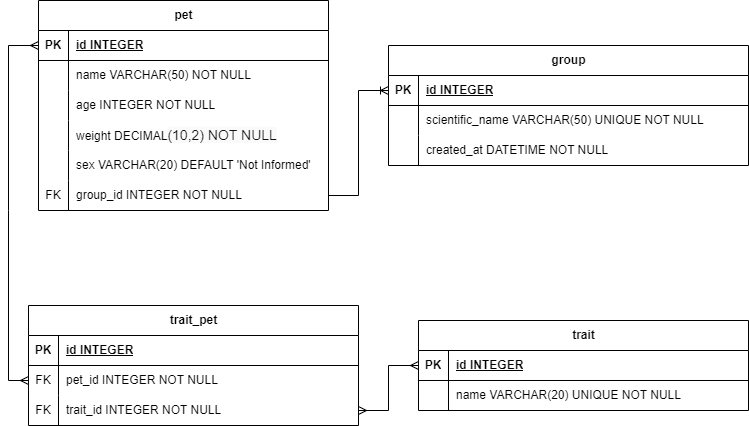
Above: DER.png in vitor-galdino/petcare-api (draw.io), before the change. Source tidied: cells renumbered, new cells last; positions are measured from the earlier drawing's top-left corner, leaving out a move shared by most shapes. Source of this version:
```xml
<mxGraphModel background="#FFFFFF">
  <root>
    <mxCell id="0" />
    <mxCell id="1" parent="0" />
    <mxCell id="2" value="pet" style="shape=table;startSize=30;rowLines=0;fontStyle=1;align=center;html=1;" parent="1" vertex="1">
      <mxGeometry x="30" width="290" height="210" as="geometry" />
    </mxCell>
    <mxCell id="3" style="shape=tableRow;horizontal=0;startSize=0;swimlaneHead=0;swimlaneBody=0;fillColor=none;points=[[0,0.5],[1,0.5]];portConstraint=eastwest;top=0;left=0;right=0;bottom=1;" parent="2" vertex="1">
      <mxGeometry y="30" width="290" height="30" as="geometry" />
    </mxCell>
    <mxCell id="4" value="PK" style="shape=partialRectangle;fillColor=none;top=0;left=0;bottom=0;right=0;fontStyle=1;overflow=hidden;whiteSpace=wrap;html=1;" parent="3" vertex="1">
      <mxGeometry width="30" height="30" as="geometry" />
    </mxCell>
    <mxCell id="5" value="id INTEGER" style="shape=partialRectangle;fillColor=none;top=0;left=0;bottom=0;right=0;align=left;spacingLeft=6;fontStyle=5;overflow=hidden;whiteSpace=wrap;html=1;" parent="3" vertex="1">
      <mxGeometry x="30" width="260" height="30" as="geometry" />
    </mxCell>
    <mxCell id="6" style="shape=tableRow;horizontal=0;startSize=0;swimlaneHead=0;swimlaneBody=0;fillColor=none;top=0;left=0;right=0;bottom=0;" parent="2" vertex="1">
      <mxGeometry y="60" width="290" height="30" as="geometry" />
    </mxCell>
    <mxCell id="7" style="shape=partialRectangle;fillColor=none;top=0;left=0;bottom=0;right=0;overflow=hidden;whiteSpace=wrap;html=1;" parent="6" vertex="1">
      <mxGeometry width="30" height="30" as="geometry" />
    </mxCell>
    <mxCell id="8" value="name VARCHAR(50) NOT NULL" style="shape=partialRectangle;fillColor=none;top=0;left=0;bottom=0;right=0;align=left;spacingLeft=6;overflow=hidden;whiteSpace=wrap;html=1;" parent="6" vertex="1">
      <mxGeometry x="30" width="260" height="30" as="geometry" />
    </mxCell>
    <mxCell id="9" style="shape=tableRow;horizontal=0;startSize=0;swimlaneHead=0;swimlaneBody=0;fillColor=none;top=0;left=0;right=0;bottom=0;" parent="2" vertex="1">
      <mxGeometry y="90" width="290" height="30" as="geometry" />
    </mxCell>
    <mxCell id="10" style="shape=partialRectangle;fillColor=none;top=0;left=0;bottom=0;right=0;overflow=hidden;whiteSpace=wrap;html=1;" parent="9" vertex="1">
      <mxGeometry width="30" height="30" as="geometry" />
    </mxCell>
    <mxCell id="11" value="age INTEGER NOT NULL" style="shape=partialRectangle;fillColor=none;top=0;left=0;bottom=0;right=0;align=left;spacingLeft=6;overflow=hidden;whiteSpace=wrap;html=1;" parent="9" vertex="1">
      <mxGeometry x="30" width="260" height="30" as="geometry" />
    </mxCell>
    <mxCell id="12" style="shape=tableRow;horizontal=0;startSize=0;swimlaneHead=0;swimlaneBody=0;fillColor=none;top=0;left=0;right=0;bottom=0;" parent="2" vertex="1">
      <mxGeometry y="120" width="290" height="30" as="geometry" />
    </mxCell>
    <mxCell id="13" style="shape=partialRectangle;fillColor=none;top=0;left=0;bottom=0;right=0;overflow=hidden;whiteSpace=wrap;html=1;" parent="12" vertex="1">
      <mxGeometry width="30" height="30" as="geometry" />
    </mxCell>
    <mxCell id="14" value="weight&amp;nbsp;DECIMAL&lt;span style=&quot;font-size: 14px; background-color: rgba(0, 0, 0, 0.02); color: rgb(17, 17, 17);&quot;&gt;(&lt;/span&gt;&lt;span style=&quot;font-size: 14px; background-color: rgba(0, 0, 0, 0.02); color: rgb(17, 17, 17); font-variation-settings: var(--cib-type-subtitle1-font-variation-settings);&quot; class=&quot;hljs-number&quot;&gt;10&lt;/span&gt;&lt;span style=&quot;font-size: 14px; background-color: rgba(0, 0, 0, 0.02); color: rgb(17, 17, 17);&quot;&gt;,&lt;/span&gt;&lt;span style=&quot;font-size: 14px; background-color: rgba(0, 0, 0, 0.02); color: rgb(17, 17, 17); font-variation-settings: var(--cib-type-subtitle1-font-variation-settings);&quot; class=&quot;hljs-number&quot;&gt;2&lt;/span&gt;&lt;span style=&quot;font-size: 14px; background-color: rgba(0, 0, 0, 0.02); color: rgb(17, 17, 17);&quot;&gt;) NOT NULL&lt;/span&gt;" style="shape=partialRectangle;fillColor=none;top=0;left=0;bottom=0;right=0;align=left;spacingLeft=6;overflow=hidden;whiteSpace=wrap;html=1;" parent="12" vertex="1">
      <mxGeometry x="30" width="260" height="30" as="geometry" />
    </mxCell>
    <mxCell id="15" style="shape=tableRow;horizontal=0;startSize=0;swimlaneHead=0;swimlaneBody=0;fillColor=none;top=0;left=0;right=0;bottom=0;" parent="2" vertex="1">
      <mxGeometry y="150" width="290" height="30" as="geometry" />
    </mxCell>
    <mxCell id="16" style="shape=partialRectangle;fillColor=none;top=0;left=0;bottom=0;right=0;overflow=hidden;whiteSpace=wrap;html=1;" parent="15" vertex="1">
      <mxGeometry width="30" height="30" as="geometry" />
    </mxCell>
    <mxCell id="17" value="sex VARCHAR(20) DEFAULT 'Not Informed'" style="shape=partialRectangle;fillColor=none;top=0;left=0;bottom=0;right=0;align=left;spacingLeft=6;overflow=hidden;whiteSpace=wrap;html=1;" parent="15" vertex="1">
      <mxGeometry x="30" width="260" height="30" as="geometry" />
    </mxCell>
    <mxCell id="18" style="shape=tableRow;horizontal=0;startSize=0;swimlaneHead=0;swimlaneBody=0;fillColor=none;points=[[0,0.5],[1,0.5]];portConstraint=eastwest;top=0;left=0;right=0;bottom=0;" parent="2" vertex="1">
      <mxGeometry y="180" width="290" height="30" as="geometry" />
    </mxCell>
    <mxCell id="19" value="FK" style="shape=partialRectangle;fillColor=none;top=0;left=0;bottom=0;right=0;overflow=hidden;whiteSpace=wrap;html=1;" parent="18" vertex="1">
      <mxGeometry width="30" height="30" as="geometry" />
    </mxCell>
    <mxCell id="20" value="group_id INTEGER NOT NULL" style="shape=partialRectangle;fillColor=none;top=0;left=0;bottom=0;right=0;align=left;spacingLeft=6;overflow=hidden;whiteSpace=wrap;html=1;" parent="18" vertex="1">
      <mxGeometry x="30" width="260" height="30" as="geometry" />
    </mxCell>
    <mxCell id="21" value="group" style="shape=table;startSize=30;rowLines=0;fontStyle=1;align=center;html=1;" parent="1" vertex="1">
      <mxGeometry x="380" y="45" width="360" height="120" as="geometry" />
    </mxCell>
    <mxCell id="22" style="shape=tableRow;horizontal=0;startSize=0;swimlaneHead=0;swimlaneBody=0;fillColor=none;points=[[0,0.5],[1,0.5]];portConstraint=eastwest;top=0;left=0;right=0;bottom=1;" parent="21" vertex="1">
      <mxGeometry y="30" width="360" height="30" as="geometry" />
    </mxCell>
    <mxCell id="23" value="PK" style="shape=partialRectangle;fillColor=none;top=0;left=0;bottom=0;right=0;fontStyle=1;overflow=hidden;whiteSpace=wrap;html=1;" parent="22" vertex="1">
      <mxGeometry width="30" height="30" as="geometry" />
    </mxCell>
    <mxCell id="24" value="id INTEGER" style="shape=partialRectangle;fillColor=none;top=0;left=0;bottom=0;right=0;align=left;spacingLeft=6;fontStyle=5;overflow=hidden;whiteSpace=wrap;html=1;" parent="22" vertex="1">
      <mxGeometry x="30" width="330" height="30" as="geometry" />
    </mxCell>
    <mxCell id="25" style="shape=tableRow;horizontal=0;startSize=0;swimlaneHead=0;swimlaneBody=0;fillColor=none;top=0;left=0;right=0;bottom=0;" parent="21" vertex="1">
      <mxGeometry y="60" width="360" height="30" as="geometry" />
    </mxCell>
    <mxCell id="26" style="shape=partialRectangle;fillColor=none;top=0;left=0;bottom=0;right=0;overflow=hidden;whiteSpace=wrap;html=1;" parent="25" vertex="1">
      <mxGeometry width="30" height="30" as="geometry" />
    </mxCell>
    <mxCell id="27" value="scientific_name VARCHAR(50) UNIQUE NOT NULL" style="shape=partialRectangle;fillColor=none;top=0;left=0;bottom=0;right=0;align=left;spacingLeft=6;overflow=hidden;whiteSpace=wrap;html=1;" parent="25" vertex="1">
      <mxGeometry x="30" width="330" height="30" as="geometry" />
    </mxCell>
    <mxCell id="28" style="shape=tableRow;horizontal=0;startSize=0;swimlaneHead=0;swimlaneBody=0;fillColor=none;top=0;left=0;right=0;bottom=0;" parent="21" vertex="1">
      <mxGeometry y="90" width="360" height="30" as="geometry" />
    </mxCell>
    <mxCell id="29" style="shape=partialRectangle;fillColor=none;top=0;left=0;bottom=0;right=0;overflow=hidden;whiteSpace=wrap;html=1;" parent="28" vertex="1">
      <mxGeometry width="30" height="30" as="geometry" />
    </mxCell>
    <mxCell id="30" value="created_at DATETIME NOT NULL" style="shape=partialRectangle;fillColor=none;top=0;left=0;bottom=0;right=0;align=left;spacingLeft=6;overflow=hidden;whiteSpace=wrap;html=1;" parent="28" vertex="1">
      <mxGeometry x="30" width="330" height="30" as="geometry" />
    </mxCell>
    <mxCell id="31" value="trait" style="shape=table;startSize=30;rowLines=0;fontStyle=1;align=center;html=1;" parent="1" vertex="1">
      <mxGeometry x="410" y="320" width="330" height="90" as="geometry" />
    </mxCell>
    <mxCell id="32" style="shape=tableRow;horizontal=0;startSize=0;swimlaneHead=0;swimlaneBody=0;fillColor=none;points=[[0,0.5],[1,0.5]];portConstraint=eastwest;top=0;left=0;right=0;bottom=1;" parent="31" vertex="1">
      <mxGeometry y="30" width="330" height="30" as="geometry" />
    </mxCell>
    <mxCell id="33" value="PK" style="shape=partialRectangle;fillColor=none;top=0;left=0;bottom=0;right=0;fontStyle=1;overflow=hidden;whiteSpace=wrap;html=1;" parent="32" vertex="1">
      <mxGeometry width="30" height="30" as="geometry" />
    </mxCell>
    <mxCell id="34" value="id INTEGER" style="shape=partialRectangle;fillColor=none;top=0;left=0;bottom=0;right=0;align=left;spacingLeft=6;fontStyle=5;overflow=hidden;whiteSpace=wrap;html=1;" parent="32" vertex="1">
      <mxGeometry x="30" width="300" height="30" as="geometry" />
    </mxCell>
    <mxCell id="35" style="shape=tableRow;horizontal=0;startSize=0;swimlaneHead=0;swimlaneBody=0;fillColor=none;top=0;left=0;right=0;bottom=0;" parent="31" vertex="1">
      <mxGeometry y="60" width="330" height="30" as="geometry" />
    </mxCell>
    <mxCell id="36" style="shape=partialRectangle;fillColor=none;top=0;left=0;bottom=0;right=0;overflow=hidden;whiteSpace=wrap;html=1;" parent="35" vertex="1">
      <mxGeometry width="30" height="30" as="geometry" />
    </mxCell>
    <mxCell id="37" value="name VARCHAR(20) UNIQUE NOT NULL" style="shape=partialRectangle;fillColor=none;top=0;left=0;bottom=0;right=0;align=left;spacingLeft=6;overflow=hidden;whiteSpace=wrap;html=1;" parent="35" vertex="1">
      <mxGeometry x="30" width="300" height="30" as="geometry" />
    </mxCell>
    <mxCell id="38" style="fontSize=12;html=1;endArrow=none;rounded=0;entryX=1;entryY=0.5;entryDx=0;entryDy=0;edgeStyle=orthogonalEdgeStyle;exitX=0;exitY=0.5;exitDx=0;exitDy=0;startArrow=ERoneToMany;startFill=0;endFill=0;" parent="1" edge="1" source="22" target="18">
      <mxGeometry relative="1" as="geometry">
        <Array as="points">
          <mxPoint x="350" y="90" />
          <mxPoint x="350" y="195" />
        </Array>
      </mxGeometry>
    </mxCell>
    <mxCell id="39" value="trait_pet" style="shape=table;startSize=30;rowLines=0;fontStyle=1;align=center;html=1;" parent="1" vertex="1">
      <mxGeometry x="20" y="305" width="330" height="120" as="geometry" />
    </mxCell>
    <mxCell id="40" style="shape=tableRow;horizontal=0;startSize=0;swimlaneHead=0;swimlaneBody=0;fillColor=none;top=0;left=0;right=0;bottom=1;" parent="39" vertex="1">
      <mxGeometry y="30" width="330" height="30" as="geometry" />
    </mxCell>
    <mxCell id="41" value="PK" style="shape=partialRectangle;fillColor=none;top=0;left=0;bottom=0;right=0;fontStyle=1;overflow=hidden;whiteSpace=wrap;html=1;" parent="40" vertex="1">
      <mxGeometry width="30" height="30" as="geometry" />
    </mxCell>
    <mxCell id="42" value="id INTEGER" style="shape=partialRectangle;fillColor=none;top=0;left=0;bottom=0;right=0;align=left;spacingLeft=6;fontStyle=5;overflow=hidden;whiteSpace=wrap;html=1;" parent="40" vertex="1">
      <mxGeometry x="30" width="300" height="30" as="geometry" />
    </mxCell>
    <mxCell id="43" style="shape=tableRow;horizontal=0;startSize=0;swimlaneHead=0;swimlaneBody=0;fillColor=none;points=[[0,0.5],[1,0.5]];portConstraint=eastwest;top=0;left=0;right=0;bottom=0;" parent="39" vertex="1">
      <mxGeometry y="60" width="330" height="30" as="geometry" />
    </mxCell>
    <mxCell id="44" value="FK" style="shape=partialRectangle;fillColor=none;top=0;left=0;bottom=0;right=0;overflow=hidden;whiteSpace=wrap;html=1;" parent="43" vertex="1">
      <mxGeometry width="30" height="30" as="geometry" />
    </mxCell>
    <mxCell id="45" value="pet_id INTEGER NOT NULL" style="shape=partialRectangle;fillColor=none;top=0;left=0;bottom=0;right=0;align=left;spacingLeft=6;overflow=hidden;whiteSpace=wrap;html=1;" parent="43" vertex="1">
      <mxGeometry x="30" width="300" height="30" as="geometry" />
    </mxCell>
    <mxCell id="46" style="shape=tableRow;horizontal=0;startSize=0;swimlaneHead=0;swimlaneBody=0;fillColor=none;points=[[0,0.5],[1,0.5]];portConstraint=eastwest;top=0;left=0;right=0;bottom=0;" parent="39" vertex="1">
      <mxGeometry y="90" width="330" height="30" as="geometry" />
    </mxCell>
    <mxCell id="47" value="FK" style="shape=partialRectangle;fillColor=none;top=0;left=0;bottom=0;right=0;overflow=hidden;whiteSpace=wrap;html=1;" parent="46" vertex="1">
      <mxGeometry width="30" height="30" as="geometry" />
    </mxCell>
    <mxCell id="48" value="trait_id INTEGER NOT NULL" style="shape=partialRectangle;fillColor=none;top=0;left=0;bottom=0;right=0;align=left;spacingLeft=6;overflow=hidden;whiteSpace=wrap;html=1;" parent="46" vertex="1">
      <mxGeometry x="30" width="300" height="30" as="geometry" />
    </mxCell>
    <mxCell id="49" style="fontSize=12;html=1;endArrow=ERmany;startArrow=ERmany;rounded=0;exitX=0;exitY=0.5;exitDx=0;exitDy=0;entryX=0;entryY=0.5;entryDx=0;entryDy=0;" parent="1" edge="1" source="43" target="3">
      <mxGeometry relative="1" as="geometry">
        <Array as="points">
          <mxPoint y="380" />
          <mxPoint y="210" />
          <mxPoint y="45" />
        </Array>
      </mxGeometry>
    </mxCell>
    <mxCell id="50" style="edgeStyle=entityRelationEdgeStyle;fontSize=12;html=1;endArrow=ERmany;startArrow=ERmany;rounded=0;exitX=1;exitY=0.5;exitDx=0;exitDy=0;entryX=0;entryY=0.5;entryDx=0;entryDy=0;" parent="1" edge="1" source="46" target="32">
      <mxGeometry relative="1" as="geometry" />
    </mxCell>
  </root>
</mxGraphModel>
```
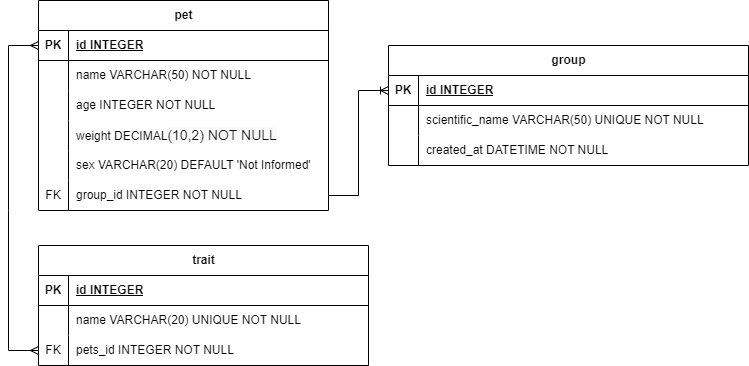
The same file after the commit.

Commit message:
docs: include diagram to project entities

Diff of the diagram source:
```diff
@@ -90,7 +90,7 @@
       <mxGeometry x="30" width="330" height="30" as="geometry" />
     </mxCell>
     <mxCell id="31" value="trait" style="shape=table;startSize=30;rowLines=0;fontStyle=1;align=center;html=1;" parent="1" vertex="1">
-      <mxGeometry x="410" y="320" width="330" height="90" as="geometry" />
+      <mxGeometry x="30" y="245" width="330" height="120" as="geometry" />
     </mxCell>
     <mxCell id="32" style="shape=tableRow;horizontal=0;startSize=0;swimlaneHead=0;swimlaneBody=0;fillColor=none;points=[[0,0.5],[1,0.5]];portConstraint=eastwest;top=0;left=0;right=0;bottom=1;" parent="31" vertex="1">
       <mxGeometry y="30" width="330" height="30" as="geometry" />
@@ -110,6 +110,15 @@
     <mxCell id="37" value="name VARCHAR(20) UNIQUE NOT NULL" style="shape=partialRectangle;fillColor=none;top=0;left=0;bottom=0;right=0;align=left;spacingLeft=6;overflow=hidden;whiteSpace=wrap;html=1;" parent="35" vertex="1">
       <mxGeometry x="30" width="300" height="30" as="geometry" />
     </mxCell>
+    <mxCell id="46" style="shape=tableRow;horizontal=0;startSize=0;swimlaneHead=0;swimlaneBody=0;fillColor=none;points=[[0,0.5],[1,0.5]];portConstraint=eastwest;top=0;left=0;right=0;bottom=0;" parent="31" vertex="1">
+      <mxGeometry y="90" width="330" height="30" as="geometry" />
+    </mxCell>
+    <mxCell id="51" value="FK" style="shape=partialRectangle;fillColor=none;top=0;left=0;bottom=0;right=0;overflow=hidden;whiteSpace=wrap;html=1;" parent="46" vertex="1">
+      <mxGeometry width="30" height="30" as="geometry" />
+    </mxCell>
+    <mxCell id="52" value="pets_id INTEGER NOT NULL" style="shape=partialRectangle;fillColor=none;top=0;left=0;bottom=0;right=0;align=left;spacingLeft=6;overflow=hidden;whiteSpace=wrap;html=1;" parent="46" vertex="1">
+      <mxGeometry x="30" width="300" height="30" as="geometry" />
+    </mxCell>
     <mxCell id="38" style="fontSize=12;html=1;endArrow=none;rounded=0;entryX=1;entryY=0.5;entryDx=0;entryDy=0;edgeStyle=orthogonalEdgeStyle;exitX=0;exitY=0.5;exitDx=0;exitDy=0;startArrow=ERoneToMany;startFill=0;endFill=0;" parent="1" edge="1" source="22" target="18">
       <mxGeometry relative="1" as="geometry">
         <Array as="points">
@@ -118,47 +127,14 @@
         </Array>
       </mxGeometry>
     </mxCell>
-    <mxCell id="39" value="trait_pet" style="shape=table;startSize=30;rowLines=0;fontStyle=1;align=center;html=1;" parent="1" vertex="1">
-      <mxGeometry x="20" y="305" width="330" height="120" as="geometry" />
-    </mxCell>
-    <mxCell id="40" style="shape=tableRow;horizontal=0;startSize=0;swimlaneHead=0;swimlaneBody=0;fillColor=none;top=0;left=0;right=0;bottom=1;" parent="39" vertex="1">
-      <mxGeometry y="30" width="330" height="30" as="geometry" />
-    </mxCell>
-    <mxCell id="41" value="PK" style="shape=partialRectangle;fillColor=none;top=0;left=0;bottom=0;right=0;fontStyle=1;overflow=hidden;whiteSpace=wrap;html=1;" parent="40" vertex="1">
-      <mxGeometry width="30" height="30" as="geometry" />
-    </mxCell>
-    <mxCell id="42" value="id INTEGER" style="shape=partialRectangle;fillColor=none;top=0;left=0;bottom=0;right=0;align=left;spacingLeft=6;fontStyle=5;overflow=hidden;whiteSpace=wrap;html=1;" parent="40" vertex="1">
-      <mxGeometry x="30" width="300" height="30" as="geometry" />
-    </mxCell>
-    <mxCell id="43" style="shape=tableRow;horizontal=0;startSize=0;swimlaneHead=0;swimlaneBody=0;fillColor=none;points=[[0,0.5],[1,0.5]];portConstraint=eastwest;top=0;left=0;right=0;bottom=0;" parent="39" vertex="1">
-      <mxGeometry y="60" width="330" height="30" as="geometry" />
-    </mxCell>
-    <mxCell id="44" value="FK" style="shape=partialRectangle;fillColor=none;top=0;left=0;bottom=0;right=0;overflow=hidden;whiteSpace=wrap;html=1;" parent="43" vertex="1">
-      <mxGeometry width="30" height="30" as="geometry" />
-    </mxCell>
-    <mxCell id="45" value="pet_id INTEGER NOT NULL" style="shape=partialRectangle;fillColor=none;top=0;left=0;bottom=0;right=0;align=left;spacingLeft=6;overflow=hidden;whiteSpace=wrap;html=1;" parent="43" vertex="1">
-      <mxGeometry x="30" width="300" height="30" as="geometry" />
-    </mxCell>
-    <mxCell id="46" style="shape=tableRow;horizontal=0;startSize=0;swimlaneHead=0;swimlaneBody=0;fillColor=none;points=[[0,0.5],[1,0.5]];portConstraint=eastwest;top=0;left=0;right=0;bottom=0;" parent="39" vertex="1">
-      <mxGeometry y="90" width="330" height="30" as="geometry" />
-    </mxCell>
-    <mxCell id="47" value="FK" style="shape=partialRectangle;fillColor=none;top=0;left=0;bottom=0;right=0;overflow=hidden;whiteSpace=wrap;html=1;" parent="46" vertex="1">
-      <mxGeometry width="30" height="30" as="geometry" />
-    </mxCell>
-    <mxCell id="48" value="trait_id INTEGER NOT NULL" style="shape=partialRectangle;fillColor=none;top=0;left=0;bottom=0;right=0;align=left;spacingLeft=6;overflow=hidden;whiteSpace=wrap;html=1;" parent="46" vertex="1">
-      <mxGeometry x="30" width="300" height="30" as="geometry" />
-    </mxCell>
-    <mxCell id="49" style="fontSize=12;html=1;endArrow=ERmany;startArrow=ERmany;rounded=0;exitX=0;exitY=0.5;exitDx=0;exitDy=0;entryX=0;entryY=0.5;entryDx=0;entryDy=0;" parent="1" edge="1" source="43" target="3">
+    <mxCell id="49" style="fontSize=12;html=1;endArrow=ERmany;startArrow=ERmany;rounded=0;exitX=0;exitY=0.5;exitDx=0;exitDy=0;entryX=0;entryY=0.5;entryDx=0;entryDy=0;" parent="1" edge="1" source="46" target="3">
       <mxGeometry relative="1" as="geometry">
         <Array as="points">
-          <mxPoint y="380" />
+          <mxPoint y="350" />
           <mxPoint y="210" />
           <mxPoint y="45" />
         </Array>
       </mxGeometry>
     </mxCell>
-    <mxCell id="50" style="edgeStyle=entityRelationEdgeStyle;fontSize=12;html=1;endArrow=ERmany;startArrow=ERmany;rounded=0;exitX=1;exitY=0.5;exitDx=0;exitDy=0;entryX=0;entryY=0.5;entryDx=0;entryDy=0;" parent="1" edge="1" source="46" target="32">
-      <mxGeometry relative="1" as="geometry" />
-    </mxCell>
   </root>
 </mxGraphModel>
```
